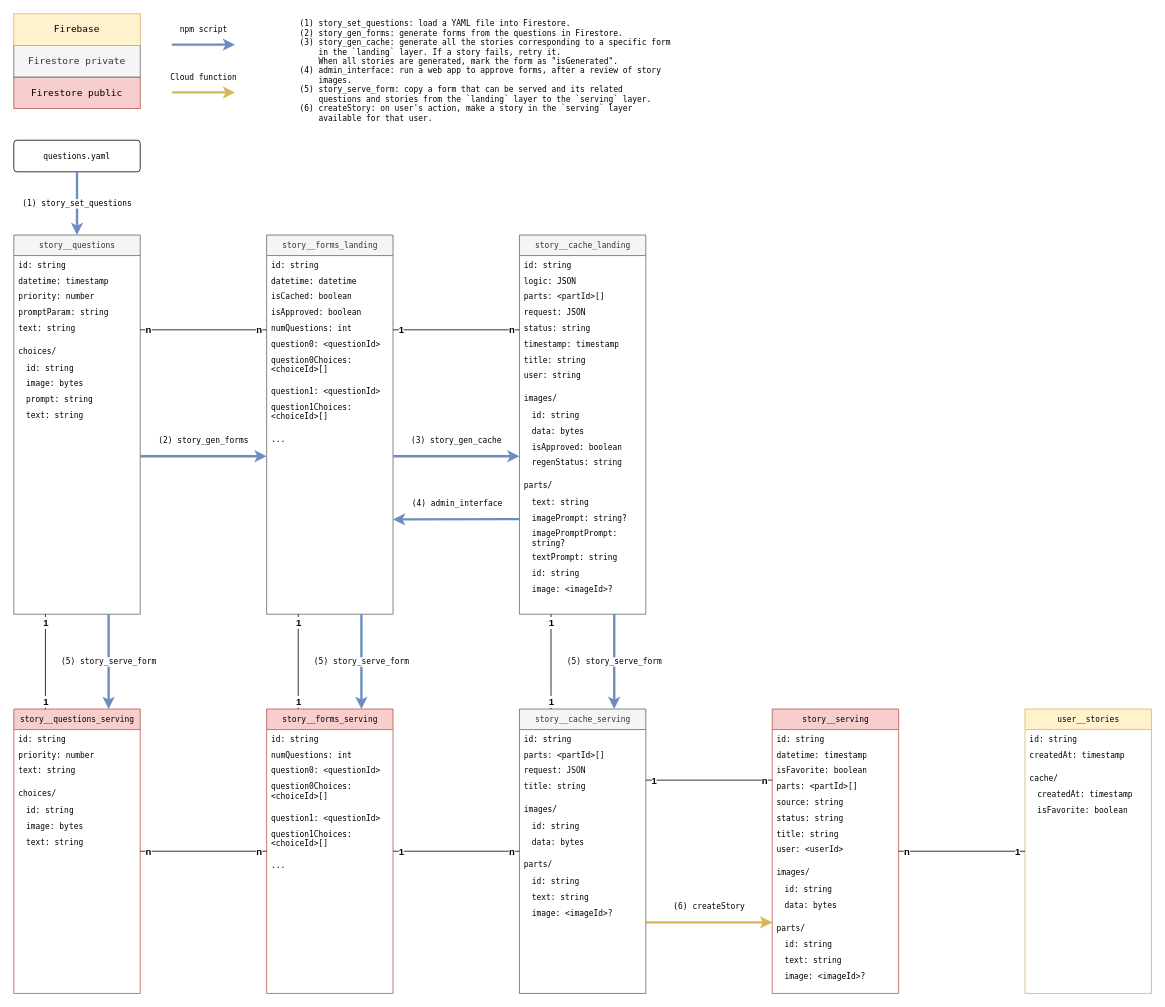
Above: doc/data_flow.drawio in AceZz/bedtime-writer (draw.io), before the change. Source tidied: cells renumbered, new cells numbered last; positions are measured from the earlier drawing's top-left corner, leaving out a move shared by most shapes. Both pictures are drawn from the tidied source at 79%, with x=0, y=0 at pixel (13, 13).
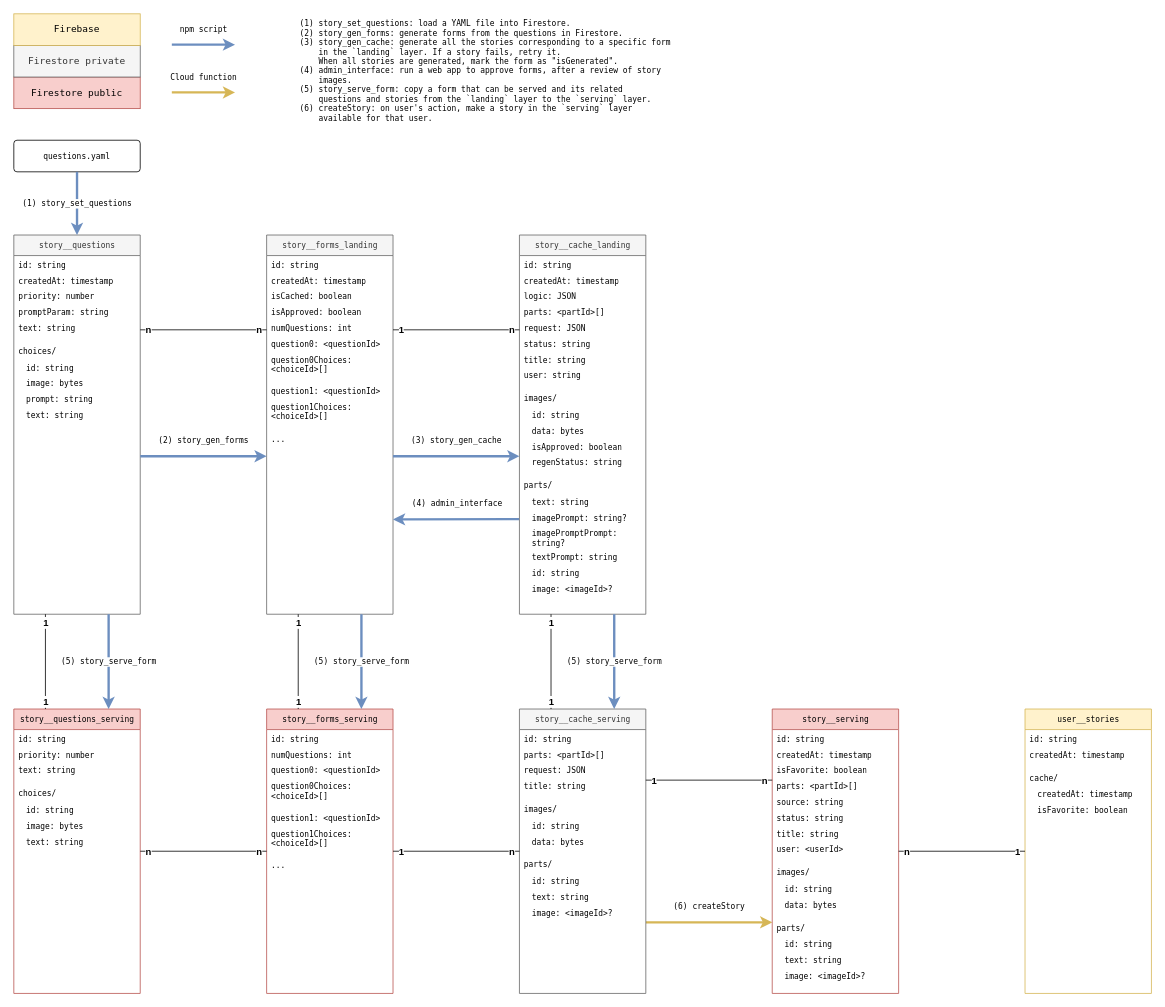
The same page after the edit.

The change refers to these unchanged cells:
```xml
<mxCell id="2" value="story__questions" style="swimlane;html=1;fontStyle=0;horizontal=1;startSize=26;swimlaneFillColor=#ffffff;rounded=0;shadow=0;comic=0;labelBackgroundColor=none;strokeWidth=1;fontFamily=Lucida Console;fontSize=10;align=center;fillColor=#f5f5f5;strokeColor=#666666;swimlaneLine=1;glass=0;fontColor=#333333;" parent="1" vertex="1">
  <mxGeometry y="280" width="160" height="480" as="geometry" />
</mxCell>
<mxCell id="13" value="story__forms_landing" style="swimlane;html=1;fontStyle=0;horizontal=1;startSize=26;swimlaneFillColor=#ffffff;rounded=0;shadow=0;comic=0;labelBackgroundColor=none;strokeWidth=1;fontFamily=Lucida Console;fontSize=10;align=center;fillColor=#f5f5f5;fontColor=#333333;strokeColor=#666666;swimlaneLine=1;glass=0;" parent="1" vertex="1">
  <mxGeometry x="320" y="280" width="160" height="480" as="geometry" />
</mxCell>
<mxCell id="24" value="story__cache_landing" style="swimlane;html=1;fontStyle=0;horizontal=1;startSize=26;swimlaneFillColor=#ffffff;rounded=0;shadow=0;comic=0;labelBackgroundColor=none;strokeWidth=1;fontFamily=Lucida Console;fontSize=10;align=center;fillColor=#f5f5f5;fontColor=#333333;strokeColor=#666666;swimlaneLine=1;glass=0;" parent="1" vertex="1">
  <mxGeometry x="640" y="280" width="160" height="480" as="geometry" />
</mxCell>
<mxCell id="68" value="story__serving" style="swimlane;html=1;fontStyle=0;horizontal=1;startSize=26;swimlaneFillColor=#ffffff;rounded=0;shadow=0;comic=0;labelBackgroundColor=none;strokeWidth=1;fontFamily=Lucida Console;fontSize=10;align=center;fillColor=#f8cecc;strokeColor=#b85450;swimlaneLine=1;glass=0;" parent="1" vertex="1">
  <mxGeometry x="960" y="880" width="160" height="360" as="geometry" />
</mxCell>
```

What changed in the source:
```diff
@@
-    <mxCell id="4" value="datetime: timestamp" style="text;strokeColor=none;fillColor=none;align=left;verticalAlign=top;spacingLeft=4;spacingRight=4;overflow=hidden;whiteSpace=wrap;html=1;fontFamily=Lucida Console;fontSize=10;labelBackgroundColor=none;" parent="2" vertex="1">
+    <mxCell id="4" value="createdAt: timestamp" style="text;strokeColor=none;fillColor=none;align=left;verticalAlign=top;spacingLeft=4;spacingRight=4;overflow=hidden;whiteSpace=wrap;html=1;fontFamily=Lucida Console;fontSize=10;labelBackgroundColor=none;" parent="2" vertex="1">
       <mxGeometry y="46" width="160" height="20" as="geometry" />
     </mxCell>
@@
-    <mxCell id="15" value="datetime: datetime" style="text;strokeColor=none;fillColor=none;align=left;verticalAlign=top;spacingLeft=4;spacingRight=4;overflow=hidden;whiteSpace=wrap;html=1;fontFamily=Lucida Console;fontSize=10;labelBackgroundColor=none;" parent="13" vertex="1">
+    <mxCell id="15" value="createdAt: timestamp" style="text;strokeColor=none;fillColor=none;align=left;verticalAlign=top;spacingLeft=4;spacingRight=4;overflow=hidden;whiteSpace=wrap;html=1;fontFamily=Lucida Console;fontSize=10;labelBackgroundColor=none;" parent="13" vertex="1">
       <mxGeometry y="46" width="160" height="20" as="geometry" />
     </mxCell>
@@
+    <mxCell id="30" value="createdAt: timestamp" style="text;strokeColor=none;fillColor=none;align=left;verticalAlign=top;spacingLeft=4;spacingRight=4;overflow=hidden;whiteSpace=wrap;html=1;fontFamily=Lucida Console;fontSize=10;labelBackgroundColor=none;" parent="24" vertex="1">
+      <mxGeometry y="46" width="160" height="20" as="geometry" />
+    </mxCell>
     <mxCell id="26" value="logic: JSON" style="text;strokeColor=none;fillColor=none;align=left;verticalAlign=top;spacingLeft=4;spacingRight=4;overflow=hidden;whiteSpace=wrap;html=1;fontFamily=Lucida Console;fontSize=10;labelBackgroundColor=none;" parent="24" vertex="1">
-      <mxGeometry y="46" width="160" height="20" as="geometry" />
+      <mxGeometry y="66" width="160" height="20" as="geometry" />
     </mxCell>
     <mxCell id="27" value="parts: &amp;lt;partId&amp;gt;[]" style="text;strokeColor=none;fillColor=none;align=left;verticalAlign=top;spacingLeft=4;spacingRight=4;overflow=hidden;whiteSpace=wrap;html=1;fontFamily=Lucida Console;fontSize=10;labelBackgroundColor=none;" parent="24" vertex="1">
-      <mxGeometry y="66" width="160" height="20" as="geometry" />
+      <mxGeometry y="86" width="160" height="20" as="geometry" />
     </mxCell>
     <mxCell id="28" value="request: JSON" style="text;strokeColor=none;fillColor=none;align=left;verticalAlign=top;spacingLeft=4;spacingRight=4;overflow=hidden;whiteSpace=wrap;html=1;fontFamily=Lucida Console;fontSize=10;labelBackgroundColor=none;" parent="24" vertex="1">
-      <mxGeometry y="86" width="160" height="20" as="geometry" />
+      <mxGeometry y="106" width="160" height="20" as="geometry" />
     </mxCell>
     <mxCell id="29" value="status: string" style="text;strokeColor=none;fillColor=none;align=left;verticalAlign=top;spacingLeft=4;spacingRight=4;overflow=hidden;whiteSpace=wrap;html=1;fontFamily=Lucida Console;fontSize=10;labelBackgroundColor=none;" parent="24" vertex="1">
-      <mxGeometry y="106" width="160" height="20" as="geometry" />
+      <mxGeometry y="126" width="160" height="20" as="geometry" />
     </mxCell>
-    <mxCell id="30" value="timestamp: timestamp" style="text;strokeColor=none;fillColor=none;align=left;verticalAlign=top;spacingLeft=4;spacingRight=4;overflow=hidden;whiteSpace=wrap;html=1;fontFamily=Lucida Console;fontSize=10;labelBackgroundColor=none;" parent="24" vertex="1">
-      <mxGeometry y="126" width="160" height="20" as="geometry" />
-    </mxCell>
@@
-    <mxCell id="70" value="datetime: timestamp" style="text;strokeColor=none;fillColor=none;align=left;verticalAlign=top;spacingLeft=4;spacingRight=4;overflow=hidden;whiteSpace=wrap;html=1;fontFamily=Lucida Console;fontSize=10;labelBackgroundColor=none;" parent="68" vertex="1">
+    <mxCell id="70" value="createdAt: timestamp" style="text;strokeColor=none;fillColor=none;align=left;verticalAlign=top;spacingLeft=4;spacingRight=4;overflow=hidden;whiteSpace=wrap;html=1;fontFamily=Lucida Console;fontSize=10;labelBackgroundColor=none;" parent="68" vertex="1">
       <mxGeometry y="46" width="160" height="20" as="geometry" />
     </mxCell>
```
